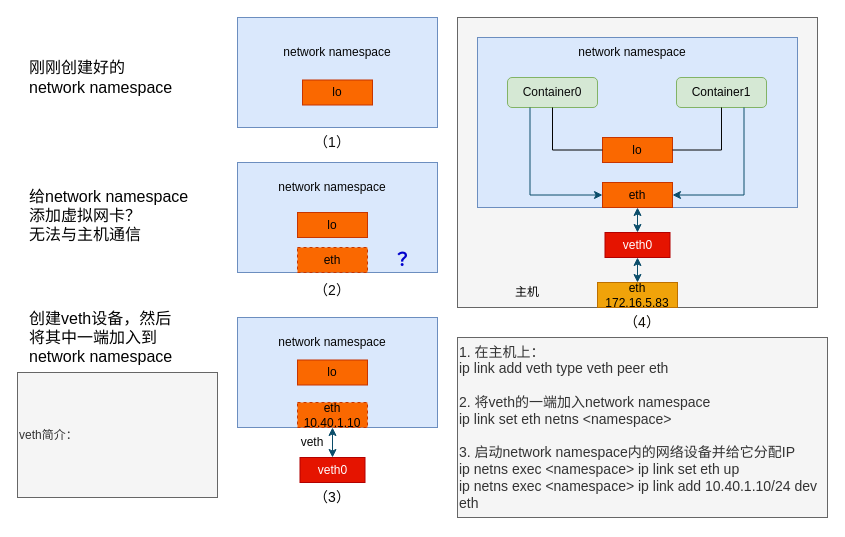
Before: page "pod" (9 of 12) of flows/流程图.drawio in godzilla-s/lightly-cni, a draw.io diagram. Source tidied: cells renumbered, new cells numbered last; positions are measured from the earlier drawing's top-left corner, leaving out a move shared by most shapes. Both pictures are drawn from the tidied source at 100%, with x=0, y=0 at pixel (17, 17).
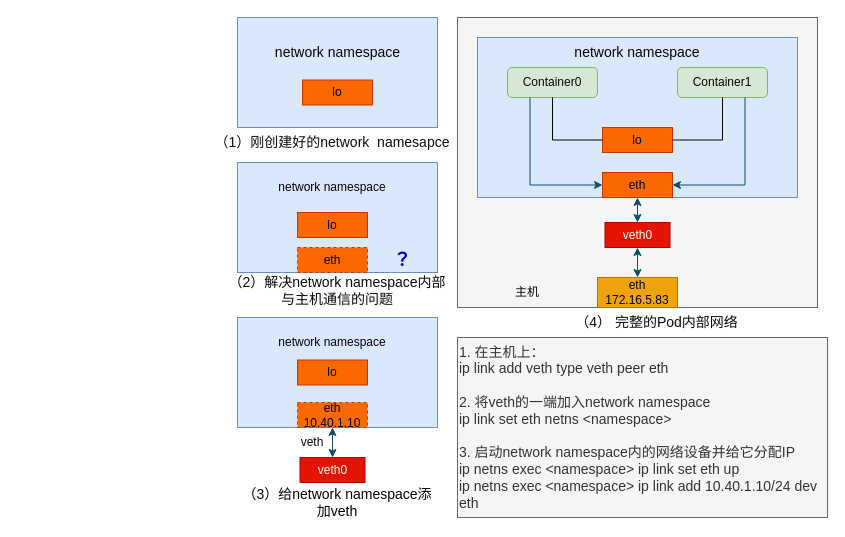
Above is the later version.

The edit, as a diff of the source:
```diff
@@
     <mxCell id="3" style="rounded=0;whiteSpace=wrap;html=1;fillColor=#dae8fc;strokeColor=#6c8ebf;" parent="1" vertex="1">
-      <mxGeometry x="460" y="20" width="320" height="170" as="geometry" />
+      <mxGeometry x="460" y="20" width="320" height="160" as="geometry" />
     </mxCell>
-    <mxCell id="4" value="network namespace" style="text;html=1;align=center;verticalAlign=middle;whiteSpace=wrap;rounded=0;fontColor=#050505;" parent="1" vertex="1">
-      <mxGeometry x="560" y="20" width="110" height="30" as="geometry" />
+    <mxCell id="4" value="network namespace" style="text;html=1;align=center;verticalAlign=middle;whiteSpace=wrap;rounded=0;fontColor=#050505;fontSize=14;" parent="1" vertex="1">
+      <mxGeometry x="540" y="20" width="160" height="30" as="geometry" />
     </mxCell>
     <mxCell id="5" value="Container0" style="rounded=1;whiteSpace=wrap;html=1;fillColor=#d5e8d4;strokeColor=#82b366;fontColor=#0A0A0A;" parent="1" vertex="1">
-      <mxGeometry x="490" y="60" width="90" height="30" as="geometry" />
+      <mxGeometry x="490" y="50" width="90" height="30" as="geometry" />
     </mxCell>
     <mxCell id="6" value="Container1" style="rounded=1;whiteSpace=wrap;html=1;fillColor=#d5e8d4;strokeColor=#82b366;fontColor=#050505;" parent="1" vertex="1">
-      <mxGeometry x="659" y="60" width="90" height="30" as="geometry" />
+      <mxGeometry x="660" y="50" width="90" height="30" as="geometry" />
     </mxCell>
     <mxCell id="7" value="lo" style="rounded=0;whiteSpace=wrap;html=1;fillColor=#fa6800;strokeColor=#C73500;fontColor=#000000;" parent="1" vertex="1">
-      <mxGeometry x="585" y="120" width="70" height="25" as="geometry" />
+      <mxGeometry x="585" y="110" width="70" height="25" as="geometry" />
     </mxCell>
@@
-    <mxCell id="11" value="network namespace" style="text;html=1;align=center;verticalAlign=middle;whiteSpace=wrap;rounded=0;fontColor=#050505;" parent="1" vertex="1">
-      <mxGeometry x="265" y="20" width="110" height="30" as="geometry" />
+    <mxCell id="11" value="network namespace" style="text;html=1;align=center;verticalAlign=middle;whiteSpace=wrap;rounded=0;fontColor=#050505;fontSize=14;" parent="1" vertex="1">
+      <mxGeometry x="247.5" y="20" width="145" height="30" as="geometry" />
     </mxCell>
@@
-    <mxCell id="18" value="（1）" style="text;html=1;align=center;verticalAlign=middle;whiteSpace=wrap;rounded=0;fontColor=#0D0D0D;fontSize=14;" parent="1" vertex="1">
-      <mxGeometry x="285" y="110" width="60" height="30" as="geometry" />
+    <mxCell id="18" value="（1）刚创建好的network&amp;nbsp; namesapce" style="text;html=1;align=center;verticalAlign=middle;whiteSpace=wrap;rounded=0;fontColor=#0D0D0D;fontSize=14;" parent="1" vertex="1">
+      <mxGeometry x="195" y="110" width="240" height="30" as="geometry" />
     </mxCell>
-    <mxCell id="19" value="（2）" style="text;html=1;align=center;verticalAlign=middle;whiteSpace=wrap;rounded=0;fontColor=#0A0A0A;fontSize=14;" parent="1" vertex="1">
-      <mxGeometry x="285" y="257.5" width="60" height="30" as="geometry" />
+    <mxCell id="19" value="（2）解决network namespace内部与主机通信的问题" style="text;html=1;align=center;verticalAlign=middle;whiteSpace=wrap;rounded=0;fontColor=#0A0A0A;fontSize=14;" parent="1" vertex="1">
+      <mxGeometry x="210" y="257.5" width="220" height="30" as="geometry" />
     </mxCell>
@@
     <mxCell id="27" value="eth" style="rounded=0;whiteSpace=wrap;html=1;fillColor=#fa6800;strokeColor=#C73500;fontColor=#000000;" parent="1" vertex="1">
-      <mxGeometry x="585" y="165" width="70" height="25" as="geometry" />
+      <mxGeometry x="585" y="155" width="70" height="25" as="geometry" />
     </mxCell>
     <mxCell id="28" value="veth0" style="rounded=0;whiteSpace=wrap;html=1;strokeColor=#B20000;fillColor=#e51400;fontColor=#ffffff;" parent="1" vertex="1">
-      <mxGeometry x="587.5" y="215" width="65" height="25" as="geometry" />
+      <mxGeometry x="587.5" y="205" width="65" height="25" as="geometry" />
     </mxCell>
     <mxCell id="29" value="eth&lt;div&gt;172.16.5.83&lt;/div&gt;" style="rounded=0;whiteSpace=wrap;html=1;strokeColor=#BD7000;fillColor=#f0a30a;fontColor=#000000;" parent="1" vertex="1">
-      <mxGeometry x="580" y="265" width="80" height="25" as="geometry" />
+      <mxGeometry x="580" y="260" width="80" height="30" as="geometry" />
     </mxCell>
@@
-    <mxCell id="31" value="（3）" style="text;html=1;align=center;verticalAlign=middle;whiteSpace=wrap;rounded=0;fontColor=#050505;fontSize=14;" parent="1" vertex="1">
-      <mxGeometry x="285" y="465" width="60" height="30" as="geometry" />
+    <mxCell id="31" value="（3）给network namespace添加veth" style="text;html=1;align=center;verticalAlign=middle;whiteSpace=wrap;rounded=0;fontColor=#050505;fontSize=14;" parent="1" vertex="1">
+      <mxGeometry x="220" y="470" width="200" height="30" as="geometry" />
     </mxCell>
-    <mxCell id="32" value="（4）" style="text;html=1;align=center;verticalAlign=middle;whiteSpace=wrap;rounded=0;fontColor=#0D0901;fontSize=14;" parent="1" vertex="1">
-      <mxGeometry x="595" y="290" width="60" height="30" as="geometry" />
+    <mxCell id="32" value="（4） 完整的Pod内部网络" style="text;html=1;align=center;verticalAlign=middle;whiteSpace=wrap;rounded=0;fontColor=#0D0901;fontSize=14;" parent="1" vertex="1">
+      <mxGeometry x="537.5" y="290" width="202.5" height="30" as="geometry" />
     </mxCell>
@@
-    <mxCell id="38" value="刚刚创建好的network namespace" style="text;html=1;align=left;verticalAlign=middle;whiteSpace=wrap;rounded=0;fontColor=#030303;fontSize=16;" parent="1" vertex="1">
-      <mxGeometry x="10" y="40" width="150" height="40" as="geometry" />
-    </mxCell>
-    <mxCell id="39" value="给network namespace 添加虚拟网卡？&lt;div&gt;无法与主机通信&lt;/div&gt;" style="text;html=1;align=left;verticalAlign=middle;whiteSpace=wrap;rounded=0;fontColor=#030303;fontSize=16;" parent="1" vertex="1">
-      <mxGeometry x="10" y="172.5" width="170" height="50" as="geometry" />
-    </mxCell>
-    <mxCell id="40" value="创建veth设备，然后将其中一端加入到network namespace" style="text;html=1;align=left;verticalAlign=middle;whiteSpace=wrap;rounded=0;fontColor=#030303;fontSize=16;" parent="1" vertex="1">
-      <mxGeometry x="10" y="290" width="150" height="60" as="geometry" />
-    </mxCell>
-    <mxCell id="41" value="veth简介：" style="rounded=0;whiteSpace=wrap;html=1;strokeColor=#666666;fontColor=#333333;fillColor=#f5f5f5;align=left;" parent="1" vertex="1">
-      <mxGeometry y="355" width="200" height="125" as="geometry" />
-    </mxCell>
```
